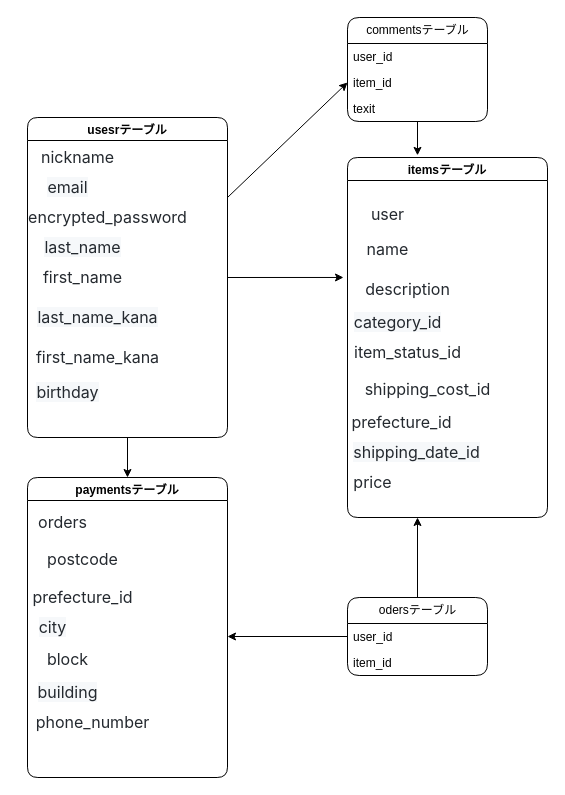
Earlier version of the draw.io diagram furima.dio (kinjoyoshiki557188/furima-38984). Source tidied: cells renumbered, new cells numbered last; positions are measured from the earlier drawing's top-left corner, leaving out a move shared by most shapes. Both pictures are drawn from the tidied source at 100%, with x=0, y=0 at pixel (17, 17).
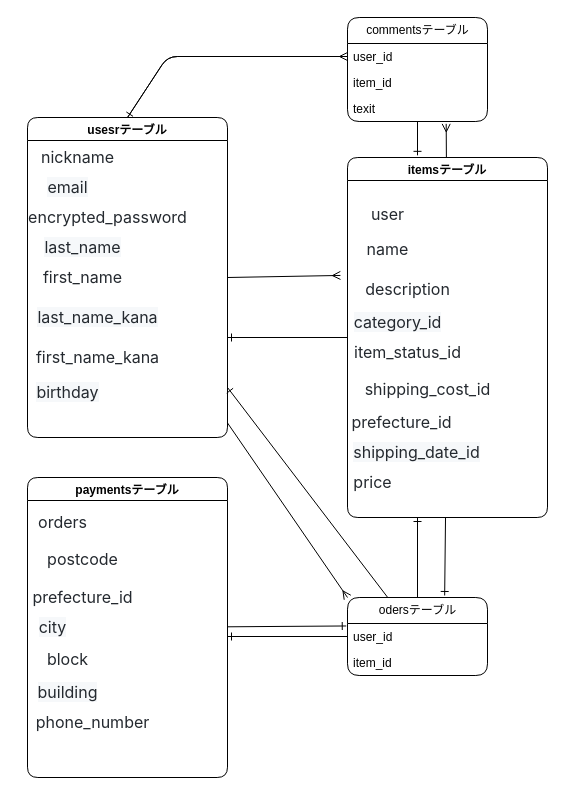
The same diagram, later.

Commit message (it also covers changes not shown here):
データベース設計の修正

The change refers to these unchanged cells:
```xml
<mxCell id="5" value="usesrテーブル" style="swimlane;rounded=1;" parent="1" vertex="1">
  <mxGeometry x="10" y="100" width="200" height="320" as="geometry" />
</mxCell>
<mxCell id="14" value="itemsテーブル" style="swimlane;rounded=1;" parent="1" vertex="1">
  <mxGeometry x="330" y="140" width="200" height="360" as="geometry" />
</mxCell>
<mxCell id="23" value="&lt;table style=&quot;border-spacing: 0px; border-collapse: collapse; margin-top: 0px; margin-bottom: 16px; display: block; width: max-content; max-width: 100%; overflow: auto; color: rgb(36, 41, 47); font-family: -apple-system, &amp;quot;system-ui&amp;quot;, &amp;quot;Segoe UI&amp;quot;, &amp;quot;Noto Sans&amp;quot;, Helvetica, Arial, sans-serif, &amp;quot;Apple Color Emoji&amp;quot;, &amp;quot;Segoe UI Emoji&amp;quot;; font-size: 16px; text-align: start; background-color: rgb(255, 255, 255);&quot;&gt;&lt;tbody style=&quot;box-sizing: border-box;&quot;&gt;&lt;tr style=&quot;box-sizing: border-box; background-color: var(--color-canvas-subtle); border-top: 1px solid var(--color-border-muted);&quot;&gt;&lt;td style=&quot;box-sizing: border-box; padding: 6px 13px; border: 1px solid var(--color-border-default);&quot; align=&quot;left&quot;&gt;name&lt;br&gt;&lt;/td&gt;&lt;/tr&gt;&lt;/tbody&gt;&lt;/table&gt;" style="text;html=1;align=center;verticalAlign=middle;points=[];strokeColor=none;fillColor=none;rounded=1;" parent="1" vertex="1">
  <mxGeometry x="325" y="210" width="90" height="60" as="geometry" />
</mxCell>
<mxCell id="24" value="paymentsテーブル" style="swimlane;rounded=1;" parent="1" vertex="1">
  <mxGeometry x="10" y="460" width="200" height="300" as="geometry" />
</mxCell>
<mxCell id="33" value="odersテーブル" style="swimlane;fontStyle=0;horizontal=1;startSize=26;fillColor=none;html=1;rounded=1;" parent="1" vertex="1">
  <mxGeometry x="330" y="580" width="140" height="78" as="geometry" />
</mxCell>
<mxCell id="34" value="user_id" style="text;strokeColor=none;fillColor=none;align=left;verticalAlign=top;spacingLeft=4;spacingRight=4;overflow=hidden;points=[[0,0.5],[1,0.5]];portConstraint=eastwest;whiteSpace=wrap;html=1;rounded=1;" parent="33" vertex="1">
  <mxGeometry y="26" width="140" height="26" as="geometry" />
</mxCell>
<mxCell id="38" value="commentsテーブル" style="swimlane;fontStyle=0;horizontal=1;startSize=26;fillColor=none;html=1;rounded=1;" parent="1" vertex="1">
  <mxGeometry x="330" width="140" height="104" as="geometry" />
</mxCell>
<mxCell id="39" value="user_id" style="text;strokeColor=none;fillColor=none;align=left;verticalAlign=top;spacingLeft=4;spacingRight=4;overflow=hidden;points=[[0,0.5],[1,0.5]];portConstraint=eastwest;whiteSpace=wrap;html=1;rounded=1;" parent="38" vertex="1">
  <mxGeometry y="26" width="140" height="26" as="geometry" />
</mxCell>
<mxCell id="40" value="item_id" style="text;strokeColor=none;fillColor=none;align=left;verticalAlign=top;spacingLeft=4;spacingRight=4;overflow=hidden;points=[[0,0.5],[1,0.5]];portConstraint=eastwest;whiteSpace=wrap;html=1;rounded=1;" parent="38" vertex="1">
  <mxGeometry y="52" width="140" height="26" as="geometry" />
</mxCell>
<mxCell id="41" value="texit" style="text;strokeColor=none;fillColor=none;align=left;verticalAlign=top;spacingLeft=4;spacingRight=4;overflow=hidden;points=[[0,0.5],[1,0.5]];portConstraint=eastwest;whiteSpace=wrap;html=1;rounded=1;" parent="38" vertex="1">
  <mxGeometry y="78" width="140" height="26" as="geometry" />
</mxCell>
```

Diff of the diagram source:
```diff
@@
-    <mxCell id="2" style="edgeStyle=none;html=1;exitX=1;exitY=0.5;exitDx=0;exitDy=0;entryX=0.011;entryY=0.833;entryDx=0;entryDy=0;entryPerimeter=0;rounded=1;" parent="1" edge="1" source="5" target="23">
+    <mxCell id="2" style="edgeStyle=none;html=1;exitX=1;exitY=0.5;exitDx=0;exitDy=0;rounded=1;endArrow=ERmany;endFill=0;entryX=-0.023;entryY=0.799;entryDx=0;entryDy=0;entryPerimeter=0;" parent="1" edge="1" source="5" target="23">
       <mxGeometry relative="1" as="geometry" />
     </mxCell>
-    <mxCell id="3" style="edgeStyle=none;html=1;exitX=0.5;exitY=1;exitDx=0;exitDy=0;rounded=1;" parent="1" edge="1" source="5">
-      <mxGeometry relative="1" as="geometry">
-        <mxPoint x="110" y="460" as="targetPoint" />
-      </mxGeometry>
-    </mxCell>
-    <mxCell id="4" style="edgeStyle=none;html=1;exitX=1;exitY=0.25;exitDx=0;exitDy=0;entryX=0;entryY=0.5;entryDx=0;entryDy=0;rounded=1;" parent="1" edge="1" source="5" target="40">
-      <mxGeometry relative="1" as="geometry" />
-    </mxCell>
+    <mxCell id="42" style="edgeStyle=none;html=1;exitX=0.5;exitY=0;exitDx=0;exitDy=0;entryX=0;entryY=0.5;entryDx=0;entryDy=0;endArrow=ERmany;endFill=0;" parent="1" edge="1" source="5" target="39">
+      <mxGeometry relative="1" as="geometry">
+        <Array as="points">
+          <mxPoint x="150" y="39" />
+        </Array>
+      </mxGeometry>
+    </mxCell>
+    <mxCell id="43" style="edgeStyle=none;html=1;entryX=0;entryY=0;entryDx=0;entryDy=0;endArrow=ERmany;endFill=0;" parent="1" edge="1" source="5" target="33">
+      <mxGeometry relative="1" as="geometry" />
+    </mxCell>
@@
+    <mxCell id="44" style="edgeStyle=none;html=1;endArrow=ERone;endFill=0;" parent="1" edge="1" source="14">
+      <mxGeometry relative="1" as="geometry">
+        <mxPoint x="210" y="320" as="targetPoint" />
+      </mxGeometry>
+    </mxCell>
+    <mxCell id="45" style="edgeStyle=none;html=1;entryX=0.694;entryY=-0.026;entryDx=0;entryDy=0;entryPerimeter=0;endArrow=ERone;endFill=0;" parent="1" edge="1" source="14" target="33">
+      <mxGeometry relative="1" as="geometry" />
+    </mxCell>
+    <mxCell id="46" style="edgeStyle=none;html=1;entryX=0.705;entryY=1.091;entryDx=0;entryDy=0;entryPerimeter=0;endArrow=ERmany;endFill=0;" parent="1" edge="1" source="14" target="41">
+      <mxGeometry relative="1" as="geometry" />
+    </mxCell>
@@
+    <mxCell id="47" style="edgeStyle=none;html=1;entryX=-0.009;entryY=0.095;entryDx=0;entryDy=0;entryPerimeter=0;endArrow=ERone;endFill=0;" parent="1" edge="1" source="24" target="34">
+      <mxGeometry relative="1" as="geometry" />
+    </mxCell>
@@
-    <mxCell id="32" style="edgeStyle=none;html=1;exitX=0.5;exitY=0;exitDx=0;exitDy=0;rounded=1;" parent="1" edge="1" source="33">
-      <mxGeometry relative="1" as="geometry">
-        <mxPoint x="400" y="500" as="targetPoint" />
-      </mxGeometry>
-    </mxCell>
+    <mxCell id="48" style="edgeStyle=none;html=1;endArrow=ERone;endFill=0;" parent="1" edge="1" source="33">
+      <mxGeometry relative="1" as="geometry">
+        <mxPoint x="400" y="500" as="targetPoint" />
+      </mxGeometry>
+    </mxCell>
+    <mxCell id="49" style="edgeStyle=none;html=1;endArrow=ERone;endFill=0;" parent="1" edge="1" source="33">
+      <mxGeometry relative="1" as="geometry">
+        <mxPoint x="210" y="370" as="targetPoint" />
+      </mxGeometry>
+    </mxCell>
@@
-    <mxCell id="36" style="edgeStyle=none;html=1;exitX=0;exitY=0.5;exitDx=0;exitDy=0;rounded=1;" parent="1" edge="1" source="34">
+    <mxCell id="36" style="edgeStyle=none;html=1;exitX=0;exitY=0.5;exitDx=0;exitDy=0;rounded=1;endArrow=ERone;endFill=0;" parent="1" edge="1" source="34">
       <mxGeometry relative="1" as="geometry">
         <mxPoint x="210" y="619" as="targetPoint" />
       </mxGeometry>
     </mxCell>
-    <mxCell id="37" style="edgeStyle=none;html=1;entryX=0.35;entryY=-0.006;entryDx=0;entryDy=0;entryPerimeter=0;rounded=1;" parent="1" edge="1" source="38" target="14">
+    <mxCell id="37" style="edgeStyle=none;html=1;entryX=0.35;entryY=-0.006;entryDx=0;entryDy=0;entryPerimeter=0;rounded=1;endArrow=ERone;endFill=0;" parent="1" edge="1" source="38" target="14">
       <mxGeometry relative="1" as="geometry" />
     </mxCell>
@@
+    <mxCell id="50" style="edgeStyle=none;html=1;exitX=0;exitY=0.5;exitDx=0;exitDy=0;entryX=0.5;entryY=0;entryDx=0;entryDy=0;endArrow=ERone;endFill=0;" parent="1" edge="1" source="39" target="5">
+      <mxGeometry relative="1" as="geometry">
+        <Array as="points">
+          <mxPoint x="150" y="39" />
+        </Array>
+      </mxGeometry>
+    </mxCell>
```
